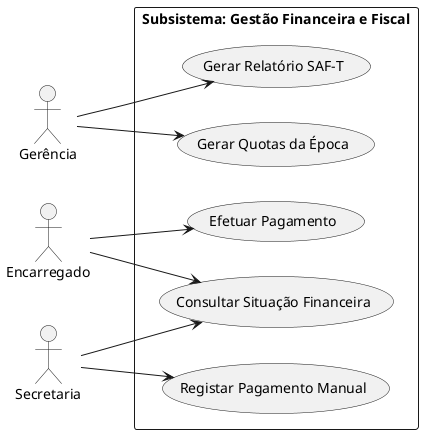
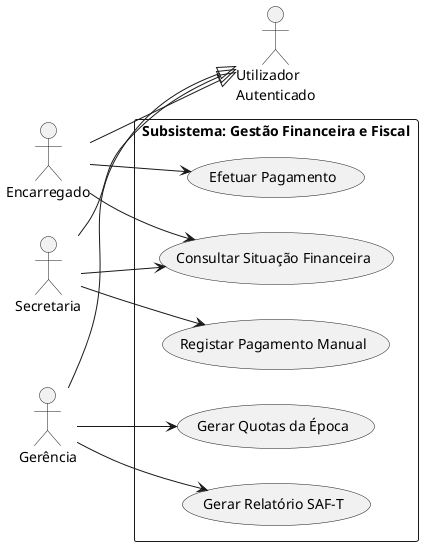
@startuml

left to right direction

- actor "Gerência" as Management
+ actor "Utilizador\nAutenticado" as User
actor "Encarregado" as Parent
actor "Secretaria" as Secretary
+ actor "Gerência" as Management
+ 
+ Parent --|> User
+ Secretary --|> User
+ Management --|> User

rectangle "Subsistema: Gestão Financeira e Fiscal" {
    usecase "Gerar Quotas da Época" as UC_GenerateQuotas
    usecase "Efetuar Pagamento" as UC_MakePayment
    usecase "Registar Pagamento Manual" as UC_RegisterPayment
    usecase "Consultar Situação Financeira" as UC_ViewFinance
    usecase "Gerar Relatório SAF-T" as UC_ExportSAFT
}

Management --> UC_GenerateQuotas
Management --> UC_ExportSAFT

Parent --> UC_MakePayment
Parent --> UC_ViewFinance

Secretary --> UC_RegisterPayment
Secretary --> UC_ViewFinance

@enduml
